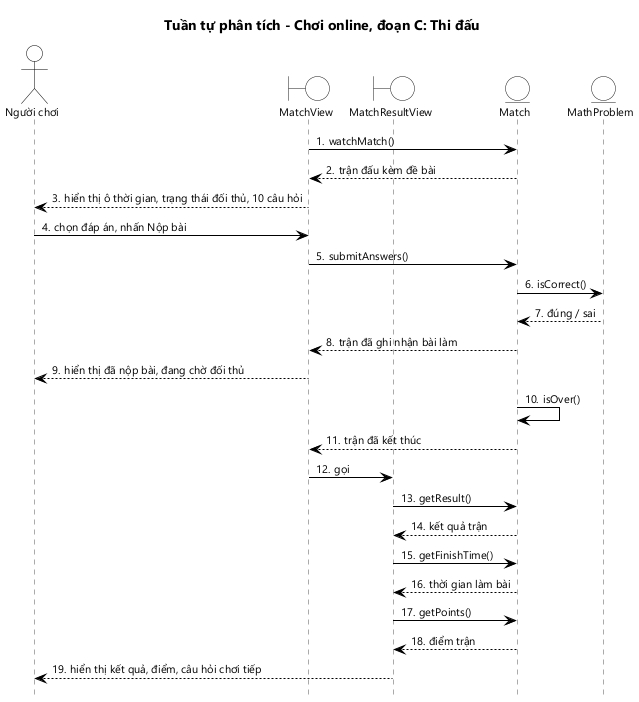
HungNguyenBa1811/math-dash keeps this PlantUML diagram as docs/hung/tuan-tu-phan-tich-uc03c.png. Above is the earlier version. Source of this version:
```plantuml
@startuml tuan-tu-phan-tich-uc03c
!include _seq.iuml
title Tuần tự phân tích - Chơi online, đoạn C: Thi đấu

actor "Người chơi" as U
boundary MatchView as GV
boundary MatchResultView as RV
entity Match as M
entity MathProblem as Q

GV -> M : watchMatch()
M --> GV : trận đấu kèm đề bài
GV --> U : hiển thị ô thời gian, trạng thái đối thủ, 10 câu hỏi
U -> GV : chọn đáp án, nhấn Nộp bài
GV -> M : submitAnswers()
M -> Q : isCorrect()
Q --> M : đúng / sai
M --> GV : trận đã ghi nhận bài làm
GV --> U : hiển thị đã nộp bài, đang chờ đối thủ
M -> M : isOver()
M --> GV : trận đã kết thúc
GV -> RV : gọi
RV -> M : getResult()
M --> RV : kết quả trận
RV -> M : getFinishTime()
M --> RV : thời gian làm bài
RV -> M : getPoints()
M --> RV : điểm trận
RV --> U : hiển thị kết quả, điểm, câu hỏi chơi tiếp
@enduml
```
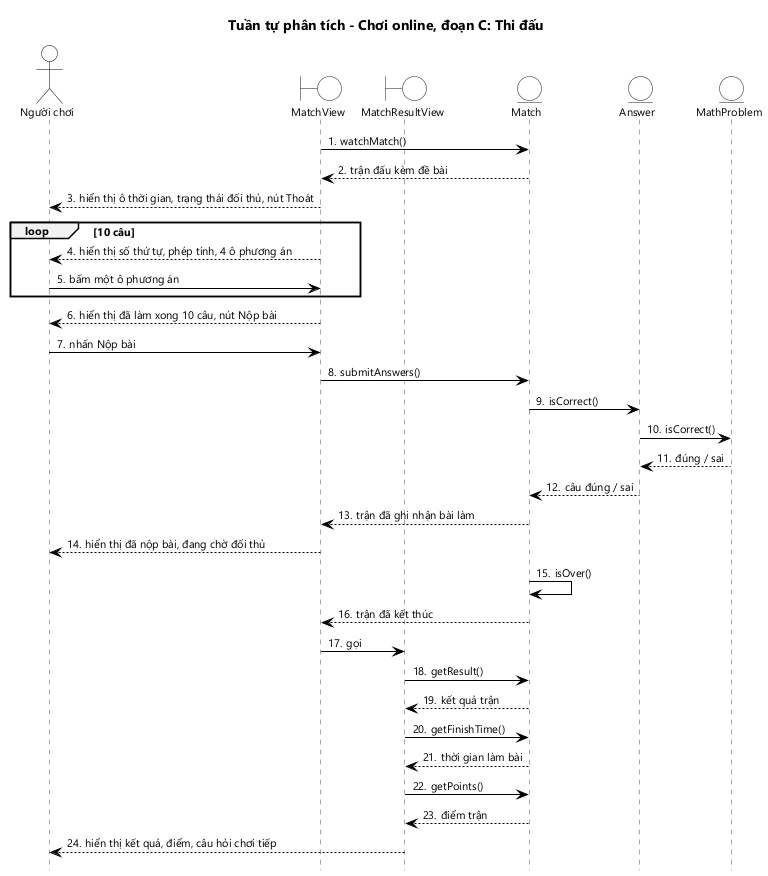
After the change.

Change to the diagram source:
```diff
@@ -6,15 +6,23 @@
 boundary MatchView as GV
 boundary MatchResultView as RV
 entity Match as M
+entity Answer as A
 entity MathProblem as Q
 
 GV -> M : watchMatch()
 M --> GV : trận đấu kèm đề bài
-GV --> U : hiển thị ô thời gian, trạng thái đối thủ, 10 câu hỏi
-U -> GV : chọn đáp án, nhấn Nộp bài
+GV --> U : hiển thị ô thời gian, trạng thái đối thủ, nút Thoát
+loop 10 câu
+  GV --> U : hiển thị số thứ tự, phép tính, 4 ô phương án
+  U -> GV : bấm một ô phương án
+end
+GV --> U : hiển thị đã làm xong 10 câu, nút Nộp bài
+U -> GV : nhấn Nộp bài
 GV -> M : submitAnswers()
-M -> Q : isCorrect()
-Q --> M : đúng / sai
+M -> A : isCorrect()
+A -> Q : isCorrect()
+Q --> A : đúng / sai
+A --> M : câu đúng / sai
 M --> GV : trận đã ghi nhận bài làm
 GV --> U : hiển thị đã nộp bài, đang chờ đối thủ
 M -> M : isOver()
```
